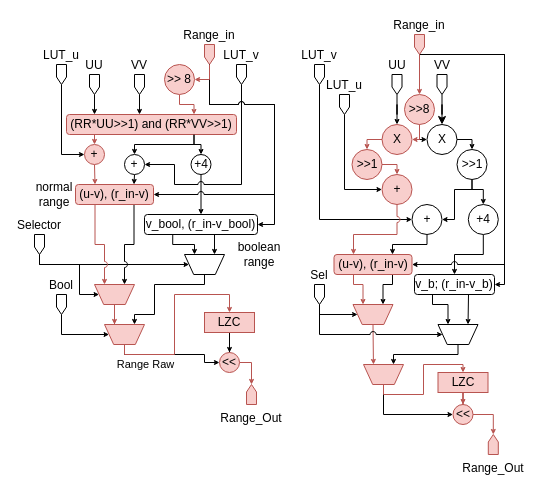
Before: page "Stage_2" (6 of 8) of Project/Architecture.drawio in tuliopereirab/arithmetic-encoder-av1, a draw.io diagram. Source tidied: cells renumbered, new cells numbered last; positions are measured from the earlier drawing's top-left corner, leaving out a move shared by most shapes. Both pictures are drawn from the tidied source at 100%, with x=0, y=0 at pixel (34, 34).
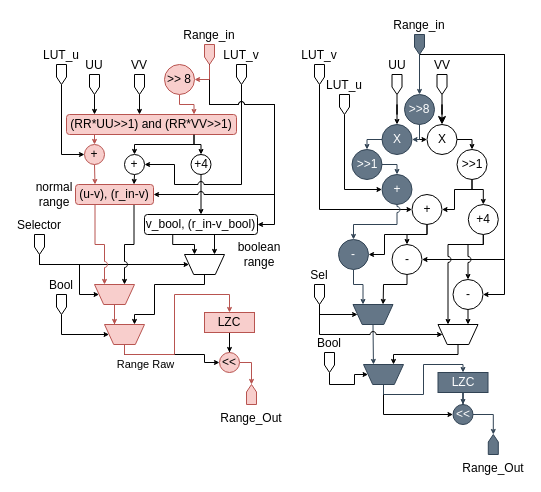
The same diagram, later.

Unchanged cells that the change refers to:
```xml
<mxCell id="70" value="&amp;gt;&amp;gt;1" style="ellipse;whiteSpace=wrap;html=1;" parent="1" vertex="1">
  <mxGeometry x="422.5" y="115" width="30" height="30" as="geometry" />
</mxCell>
<mxCell id="75" value="+4" style="ellipse;whiteSpace=wrap;html=1;" parent="1" vertex="1">
  <mxGeometry x="433.8" y="170" width="30" height="30" as="geometry" />
</mxCell>
<mxCell id="77" value="LUT_v" style="shape=offPageConnector;whiteSpace=wrap;html=1;align=center;labelPosition=center;verticalLabelPosition=top;verticalAlign=bottom;" parent="1" vertex="1">
  <mxGeometry x="280" y="30" width="10" height="20" as="geometry" />
</mxCell>
<mxCell id="91" style="verticalLabelPosition=bottom;verticalAlign=top;html=1;shape=trapezoid;perimeter=trapezoidPerimeter;whiteSpace=wrap;size=0.23;arcSize=10;flipV=1;align=center;direction=east;" parent="1" vertex="1">
  <mxGeometry x="403.5" y="290" width="40" height="20" as="geometry" />
</mxCell>
```

Change to the diagram source:
```diff
@@
-    <mxCell id="2" style="edgeStyle=orthogonalEdgeStyle;rounded=0;jumpStyle=arc;jumpSize=6;jettySize=auto;html=1;entryX=0.5;entryY=0;entryDx=0;entryDy=0;endSize=3;" parent="1" edge="1" source="75" target="87">
-      <mxGeometry relative="1" as="geometry" />
-    </mxCell>
@@
-    <mxCell id="53" style="edgeStyle=orthogonalEdgeStyle;rounded=0;jumpStyle=arc;jumpSize=6;jettySize=auto;html=1;endSize=3;fillColor=#f8cecc;strokeColor=#b85450;" parent="1" edge="1" source="56" target="63">
+    <mxCell id="53" style="edgeStyle=orthogonalEdgeStyle;rounded=0;jumpStyle=arc;jumpSize=6;jettySize=auto;html=1;endSize=3;fillColor=#647687;strokeColor=#314354;" parent="1" edge="1" source="56" target="63">
       <mxGeometry relative="1" as="geometry" />
     </mxCell>
-    <mxCell id="54" style="edgeStyle=orthogonalEdgeStyle;rounded=0;jumpStyle=arc;jumpSize=6;jettySize=auto;html=1;entryX=1;entryY=0.5;entryDx=0;entryDy=0;endSize=3;exitX=0.5;exitY=1;exitDx=0;exitDy=0;" parent="1" edge="1" source="56" target="83">
+    <mxCell id="54" style="edgeStyle=orthogonalEdgeStyle;rounded=0;jumpStyle=arc;jumpSize=6;jettySize=auto;html=1;entryX=1;entryY=0.5;entryDx=0;entryDy=0;endSize=3;exitX=0.5;exitY=1;exitDx=0;exitDy=0;" parent="1" edge="1" source="56" target="107">
       <mxGeometry relative="1" as="geometry">
         <Array as="points">
           <mxPoint x="470" y="20" />
-          <mxPoint x="470" y="230" />
+          <mxPoint x="470" y="225" />
         </Array>
       </mxGeometry>
     </mxCell>
-    <mxCell id="55" style="edgeStyle=orthogonalEdgeStyle;rounded=0;jumpStyle=arc;jumpSize=3;jettySize=auto;html=1;exitX=0.5;exitY=1;exitDx=0;exitDy=0;entryX=1;entryY=0.5;entryDx=0;entryDy=0;endSize=3;" parent="1" edge="1" source="56" target="87">
+    <mxCell id="55" style="edgeStyle=orthogonalEdgeStyle;rounded=0;jumpStyle=arc;jumpSize=3;jettySize=auto;html=1;exitX=0.5;exitY=1;exitDx=0;exitDy=0;entryX=1;entryY=0.5;entryDx=0;entryDy=0;endSize=3;" parent="1" edge="1" source="56" target="109">
       <mxGeometry relative="1" as="geometry">
         <Array as="points">
           <mxPoint x="470" y="20" />
-          <mxPoint x="470" y="250" />
+          <mxPoint x="470" y="260" />
         </Array>
       </mxGeometry>
     </mxCell>
-    <mxCell id="56" value="Range_in" style="shape=offPageConnector;whiteSpace=wrap;html=1;align=center;labelPosition=center;verticalLabelPosition=top;verticalAlign=bottom;fillColor=#f8cecc;strokeColor=#b85450;" parent="1" vertex="1">
+    <mxCell id="56" value="Range_in" style="shape=offPageConnector;whiteSpace=wrap;html=1;align=center;labelPosition=center;verticalLabelPosition=top;verticalAlign=bottom;fillColor=#647687;strokeColor=#314354;" parent="1" vertex="1">
       <mxGeometry x="380" width="10" height="20" as="geometry" />
     </mxCell>
@@
-    <mxCell id="62" style="edgeStyle=orthogonalEdgeStyle;rounded=0;jumpStyle=arc;jumpSize=6;jettySize=auto;html=1;entryX=1;entryY=0.5;entryDx=0;entryDy=0;endSize=3;fillColor=#f8cecc;strokeColor=#b85450;" parent="1" edge="1" source="63" target="65">
+    <mxCell id="62" style="edgeStyle=orthogonalEdgeStyle;rounded=0;jumpStyle=arc;jumpSize=6;jettySize=auto;html=1;entryX=1;entryY=0.5;entryDx=0;entryDy=0;endSize=3;fillColor=#647687;strokeColor=#314354;" parent="1" edge="1" source="63" target="65">
       <mxGeometry relative="1" as="geometry">
         <Array as="points">
           <mxPoint x="385" y="105" />
         </Array>
       </mxGeometry>
     </mxCell>
-    <mxCell id="63" value="&amp;gt;&amp;gt;8" style="ellipse;whiteSpace=wrap;html=1;fillColor=#f8cecc;strokeColor=#b85450;" parent="1" vertex="1">
+    <mxCell id="63" value="&amp;gt;&amp;gt;8" style="ellipse;whiteSpace=wrap;html=1;fillColor=#647687;strokeColor=#314354;fontColor=#ffffff;" parent="1" vertex="1">
       <mxGeometry x="370" y="60" width="30" height="30" as="geometry" />
     </mxCell>
-    <mxCell id="64" style="edgeStyle=orthogonalEdgeStyle;rounded=0;jettySize=auto;html=1;entryX=0.5;entryY=0;entryDx=0;entryDy=0;jumpSize=3;endSize=3;fillColor=#f8cecc;strokeColor=#b85450;" parent="1" edge="1" source="65" target="72">
+    <mxCell id="64" style="edgeStyle=orthogonalEdgeStyle;rounded=0;jettySize=auto;html=1;entryX=0.5;entryY=0;entryDx=0;entryDy=0;jumpSize=3;endSize=3;fillColor=#647687;strokeColor=#314354;" parent="1" edge="1" source="65" target="72">
       <mxGeometry relative="1" as="geometry">
         <Array as="points">
           <mxPoint x="333" y="105" />
         </Array>
       </mxGeometry>
     </mxCell>
-    <mxCell id="65" value="X" style="ellipse;whiteSpace=wrap;html=1;fillColor=#f8cecc;strokeColor=#b85450;" parent="1" vertex="1">
+    <mxCell id="65" value="X" style="ellipse;whiteSpace=wrap;html=1;fillColor=#647687;strokeColor=#314354;fontColor=#ffffff;" parent="1" vertex="1">
       <mxGeometry x="347.5" y="90" width="30" height="30" as="geometry" />
     </mxCell>
@@
     <mxCell id="69" style="edgeStyle=orthogonalEdgeStyle;rounded=0;jumpSize=3;jettySize=auto;html=1;entryX=1;entryY=0.5;entryDx=0;entryDy=0;endSize=3;" parent="1" edge="1" source="70" target="74">
       <mxGeometry relative="1" as="geometry">
         <Array as="points">
           <mxPoint x="437" y="155" />
           <mxPoint x="420" y="155" />
-          <mxPoint x="420" y="185" />
+          <mxPoint x="420" y="175" />
         </Array>
       </mxGeometry>
     </mxCell>
@@
-    <mxCell id="71" style="edgeStyle=orthogonalEdgeStyle;rounded=0;jumpSize=3;jettySize=auto;html=1;entryX=0.5;entryY=0;entryDx=0;entryDy=0;endSize=3;fillColor=#f8cecc;strokeColor=#b85450;" parent="1" edge="1" source="72" target="78">
+    <mxCell id="71" style="edgeStyle=orthogonalEdgeStyle;rounded=0;jumpSize=3;jettySize=auto;html=1;entryX=0.5;entryY=0;entryDx=0;entryDy=0;endSize=3;fillColor=#647687;strokeColor=#314354;" parent="1" edge="1" source="72" target="78">
       <mxGeometry relative="1" as="geometry">
         <Array as="points">
           <mxPoint x="363" y="130" />
         </Array>
       </mxGeometry>
     </mxCell>
-    <mxCell id="72" value="&amp;gt;&amp;gt;1" style="ellipse;whiteSpace=wrap;html=1;fillColor=#f8cecc;strokeColor=#b85450;" parent="1" vertex="1">
+    <mxCell id="72" value="&amp;gt;&amp;gt;1" style="ellipse;whiteSpace=wrap;html=1;fillColor=#647687;strokeColor=#314354;fontColor=#ffffff;" parent="1" vertex="1">
       <mxGeometry x="317.5" y="115" width="30" height="30" as="geometry" />
     </mxCell>
-    <mxCell id="73" style="edgeStyle=orthogonalEdgeStyle;rounded=0;jumpSize=3;jettySize=auto;html=1;exitX=0.5;exitY=1;exitDx=0;exitDy=0;entryX=0.75;entryY=0;entryDx=0;entryDy=0;endSize=3;" parent="1" edge="1" source="74" target="83">
+    <mxCell id="73" style="edgeStyle=orthogonalEdgeStyle;rounded=0;jumpSize=3;jettySize=auto;html=1;exitX=0.5;exitY=1;exitDx=0;exitDy=0;entryX=0.5;entryY=0;entryDx=0;entryDy=0;endSize=3;" parent="1" edge="1" source="74" target="107">
       <mxGeometry relative="1" as="geometry">
         <Array as="points">
-          <mxPoint x="393" y="210" />
-          <mxPoint x="358" y="210" />
+          <mxPoint x="393" y="200" />
+          <mxPoint x="373" y="200" />
         </Array>
       </mxGeometry>
     </mxCell>
+    <mxCell id="103" style="edgeStyle=orthogonalEdgeStyle;rounded=0;jettySize=auto;html=1;exitX=0.5;exitY=1;exitDx=0;exitDy=0;entryX=1;entryY=0.5;entryDx=0;entryDy=0;endSize=3;" parent="1" edge="1" source="74" target="106">
+      <mxGeometry relative="1" as="geometry">
+        <Array as="points">
+          <mxPoint x="393" y="200" />
+          <mxPoint x="350" y="200" />
+          <mxPoint x="350" y="220" />
+        </Array>
+      </mxGeometry>
+    </mxCell>
     <mxCell id="74" value="+" style="ellipse;whiteSpace=wrap;html=1;" parent="1" vertex="1">
-      <mxGeometry x="377.5" y="170" width="30" height="30" as="geometry" />
+      <mxGeometry x="377.5" y="160" width="30" height="30" as="geometry" />
     </mxCell>
+    <mxCell id="104" style="edgeStyle=orthogonalEdgeStyle;rounded=0;jettySize=auto;html=1;entryX=0.25;entryY=0;entryDx=0;entryDy=0;endSize=3;jumpStyle=arc;" parent="1" edge="1" source="75" target="91">
+      <mxGeometry relative="1" as="geometry">
+        <Array as="points">
+          <mxPoint x="449" y="210" />
+          <mxPoint x="413" y="210" />
+        </Array>
+      </mxGeometry>
+    </mxCell>
+    <mxCell id="105" style="edgeStyle=orthogonalEdgeStyle;rounded=0;jettySize=auto;html=1;exitX=0.5;exitY=1;exitDx=0;exitDy=0;entryX=0.5;entryY=0;entryDx=0;entryDy=0;endSize=3;jumpStyle=arc;" parent="1" edge="1" source="75" target="109">
+      <mxGeometry relative="1" as="geometry">
+        <Array as="points">
+          <mxPoint x="449" y="210" />
+          <mxPoint x="433" y="210" />
+        </Array>
+      </mxGeometry>
+    </mxCell>
@@
     <mxCell id="76" style="edgeStyle=orthogonalEdgeStyle;rounded=0;jumpSize=3;jettySize=auto;html=1;entryX=0;entryY=0.5;entryDx=0;entryDy=0;endSize=3;jumpStyle=arc;" parent="1" edge="1" source="77" target="74">
       <mxGeometry relative="1" as="geometry">
         <Array as="points">
-          <mxPoint x="285" y="185" />
+          <mxPoint x="285" y="175" />
         </Array>
       </mxGeometry>
     </mxCell>
@@
-    <mxCell id="78" value="+" style="ellipse;whiteSpace=wrap;html=1;fillColor=#f8cecc;strokeColor=#b85450;" parent="1" vertex="1">
+    <mxCell id="78" value="+" style="ellipse;whiteSpace=wrap;html=1;fillColor=#647687;strokeColor=#314354;fontColor=#ffffff;" parent="1" vertex="1">
       <mxGeometry x="347.5" y="140" width="30" height="30" as="geometry" />
     </mxCell>
@@
-    <mxCell id="81" style="edgeStyle=orthogonalEdgeStyle;rounded=0;jumpStyle=arc;jumpSize=3;jettySize=auto;html=1;exitX=0.75;exitY=1;exitDx=0;exitDy=0;entryX=0.75;entryY=0;entryDx=0;entryDy=0;endSize=3;" parent="1" edge="1" source="83" target="89">
+    <mxCell id="81" style="edgeStyle=orthogonalEdgeStyle;rounded=0;jumpStyle=arc;jumpSize=3;jettySize=auto;html=1;exitX=0.5;exitY=1;exitDx=0;exitDy=0;entryX=0.75;entryY=0;entryDx=0;entryDy=0;endSize=3;" parent="1" edge="1" source="107" target="89">
       <mxGeometry relative="1" as="geometry">
         <Array as="points">
-          <mxPoint x="358" y="250" />
+          <mxPoint x="373" y="250" />
           <mxPoint x="349" y="250" />
+          <mxPoint x="349" y="260" />
+          <mxPoint x="349" y="260" />
         </Array>
       </mxGeometry>
     </mxCell>
-    <mxCell id="82" style="edgeStyle=orthogonalEdgeStyle;rounded=0;jumpStyle=arc;jumpSize=3;jettySize=auto;html=1;exitX=0.25;exitY=1;exitDx=0;exitDy=0;entryX=0.25;entryY=0;entryDx=0;entryDy=0;endSize=3;fillColor=#f8cecc;strokeColor=#b85450;" parent="1" edge="1" source="83" target="89">
+    <mxCell id="82" style="edgeStyle=orthogonalEdgeStyle;rounded=0;jumpStyle=arc;jumpSize=3;jettySize=auto;html=1;exitX=0.5;exitY=1;exitDx=0;exitDy=0;entryX=0.25;entryY=0;entryDx=0;entryDy=0;endSize=3;fillColor=#647687;strokeColor=#314354;" parent="1" edge="1" source="106" target="89">
       <mxGeometry relative="1" as="geometry">
         <Array as="points">
+          <mxPoint x="319" y="235" />
           <mxPoint x="319" y="250" />
           <mxPoint x="329" y="250" />
         </Array>
       </mxGeometry>
     </mxCell>
-    <mxCell id="83" value="(u-v), (r_in-v)" style="rounded=1;whiteSpace=wrap;html=1;fillColor=#f8cecc;strokeColor=#b85450;" parent="1" vertex="1">
-      <mxGeometry x="299.5" y="220" width="78" height="20" as="geometry" />
-    </mxCell>
-    <mxCell id="84" style="edgeStyle=orthogonalEdgeStyle;rounded=0;jumpSize=6;jettySize=auto;html=1;entryX=0.25;entryY=0;entryDx=0;entryDy=0;endSize=3;jumpStyle=arc;fillColor=#f8cecc;strokeColor=#b85450;" parent="1" edge="1" source="78" target="83">
+    <mxCell id="84" style="edgeStyle=orthogonalEdgeStyle;rounded=0;jumpSize=6;jettySize=auto;html=1;endSize=3;jumpStyle=arc;fillColor=#647687;strokeColor=#314354;entryX=0.5;entryY=0;entryDx=0;entryDy=0;" parent="1" edge="1" source="78" target="106">
       <mxGeometry relative="1" as="geometry">
         <Array as="points">
-          <mxPoint x="363" y="200" />
-          <mxPoint x="319" y="200" />
+          <mxPoint x="363" y="190" />
+          <mxPoint x="319" y="190" />
         </Array>
       </mxGeometry>
     </mxCell>
-    <mxCell id="85" style="edgeStyle=orthogonalEdgeStyle;rounded=0;jumpStyle=arc;jumpSize=6;jettySize=auto;html=1;exitX=0.25;exitY=1;exitDx=0;exitDy=0;entryX=0.25;entryY=0;entryDx=0;entryDy=0;endSize=3;" parent="1" edge="1" source="87" target="91">
-      <mxGeometry relative="1" as="geometry">
-        <Array as="points">
-          <mxPoint x="398" y="270" />
-          <mxPoint x="413" y="270" />
-        </Array>
-      </mxGeometry>
-    </mxCell>
-    <mxCell id="86" style="edgeStyle=orthogonalEdgeStyle;rounded=0;jumpStyle=arc;jumpSize=6;jettySize=auto;html=1;exitX=0.75;exitY=1;exitDx=0;exitDy=0;entryX=0.75;entryY=0;entryDx=0;entryDy=0;endSize=3;" parent="1" edge="1" source="87" target="91">
-      <mxGeometry relative="1" as="geometry">
-        <Array as="points">
-          <mxPoint x="434" y="270" />
-          <mxPoint x="433" y="270" />
-        </Array>
-      </mxGeometry>
-    </mxCell>
-    <mxCell id="87" value="v_b; (r_in-v_b)" style="rounded=1;whiteSpace=wrap;html=1;" parent="1" vertex="1">
-      <mxGeometry x="380" y="240" width="80" height="20" as="geometry" />
-    </mxCell>
-    <mxCell id="88" style="edgeStyle=orthogonalEdgeStyle;rounded=0;jumpStyle=arc;jumpSize=6;jettySize=auto;html=1;entryX=0.25;entryY=0;entryDx=0;entryDy=0;endSize=3;fillColor=#f8cecc;strokeColor=#b85450;" parent="1" edge="1" source="89" target="96">
+    <mxCell id="88" style="edgeStyle=orthogonalEdgeStyle;rounded=0;jumpStyle=arc;jumpSize=6;jettySize=auto;html=1;entryX=0.25;entryY=0;entryDx=0;entryDy=0;endSize=3;fillColor=#647687;strokeColor=#314354;" parent="1" edge="1" source="89" target="96">
       <mxGeometry relative="1" as="geometry" />
     </mxCell>
-    <mxCell id="89" style="verticalLabelPosition=bottom;verticalAlign=top;html=1;shape=trapezoid;perimeter=trapezoidPerimeter;whiteSpace=wrap;size=0.23;arcSize=10;flipV=1;align=center;direction=east;fillColor=#f8cecc;strokeColor=#b85450;" parent="1" vertex="1">
+    <mxCell id="89" style="verticalLabelPosition=bottom;verticalAlign=top;html=1;shape=trapezoid;perimeter=trapezoidPerimeter;whiteSpace=wrap;size=0.23;arcSize=10;flipV=1;align=center;direction=east;fillColor=#647687;strokeColor=#314354;fontColor=#ffffff;" parent="1" vertex="1">
       <mxGeometry x="318.5" y="270" width="40" height="20" as="geometry" />
     </mxCell>
@@
-    <mxCell id="96" style="verticalLabelPosition=bottom;verticalAlign=top;html=1;shape=trapezoid;perimeter=trapezoidPerimeter;whiteSpace=wrap;size=0.23;arcSize=10;flipV=1;align=center;direction=east;fillColor=#f8cecc;strokeColor=#b85450;" parent="1" vertex="1">
+    <mxCell id="96" style="verticalLabelPosition=bottom;verticalAlign=top;html=1;shape=trapezoid;perimeter=trapezoidPerimeter;whiteSpace=wrap;size=0.23;arcSize=10;flipV=1;align=center;direction=east;fillColor=#647687;strokeColor=#314354;fontColor=#ffffff;" parent="1" vertex="1">
       <mxGeometry x="329" y="330" width="40" height="20" as="geometry" />
     </mxCell>
-    <mxCell id="97" style="edgeStyle=orthogonalEdgeStyle;rounded=0;jumpStyle=arc;jumpSize=6;jettySize=auto;html=1;entryX=0.5;entryY=0;entryDx=0;entryDy=0;endSize=3;fillColor=#f8cecc;strokeColor=#b85450;" parent="1" edge="1" source="98" target="100">
+    <mxCell id="97" style="edgeStyle=orthogonalEdgeStyle;rounded=0;jumpStyle=arc;jumpSize=6;jettySize=auto;html=1;entryX=0.5;entryY=0;entryDx=0;entryDy=0;endSize=3;fillColor=#647687;strokeColor=#314354;" parent="1" edge="1" source="98" target="100">
       <mxGeometry relative="1" as="geometry" />
     </mxCell>
-    <mxCell id="98" value="LZC" style="rounded=0;whiteSpace=wrap;html=1;fillColor=#f8cecc;strokeColor=#b85450;" parent="1" vertex="1">
+    <mxCell id="98" value="LZC" style="rounded=0;whiteSpace=wrap;html=1;fillColor=#647687;strokeColor=#314354;fontColor=#ffffff;" parent="1" vertex="1">
       <mxGeometry x="403.5" y="338" width="50" height="20" as="geometry" />
     </mxCell>
-    <mxCell id="99" style="edgeStyle=orthogonalEdgeStyle;rounded=0;jumpStyle=arc;jumpSize=6;jettySize=auto;html=1;entryX=0.5;entryY=1;entryDx=0;entryDy=0;endSize=3;fillColor=#f8cecc;strokeColor=#b85450;" parent="1" edge="1" source="100" target="101">
+    <mxCell id="99" style="edgeStyle=orthogonalEdgeStyle;rounded=0;jumpStyle=arc;jumpSize=6;jettySize=auto;html=1;entryX=0.5;entryY=1;entryDx=0;entryDy=0;endSize=3;fillColor=#647687;strokeColor=#314354;" parent="1" edge="1" source="100" target="101">
       <mxGeometry relative="1" as="geometry">
         <Array as="points">
           <mxPoint x="459" y="380" />
         </Array>
       </mxGeometry>
     </mxCell>
-    <mxCell id="100" value="&amp;lt;&amp;lt;" style="ellipse;whiteSpace=wrap;html=1;fillColor=#f8cecc;strokeColor=#b85450;" parent="1" vertex="1">
+    <mxCell id="100" value="&amp;lt;&amp;lt;" style="ellipse;whiteSpace=wrap;html=1;fillColor=#647687;strokeColor=#314354;fontColor=#ffffff;" parent="1" vertex="1">
       <mxGeometry x="418.5" y="370" width="20" height="20" as="geometry" />
     </mxCell>
-    <mxCell id="101" value="Range_Out" style="shape=offPageConnector;whiteSpace=wrap;html=1;align=center;labelPosition=center;verticalLabelPosition=bottom;verticalAlign=top;direction=west;fillColor=#f8cecc;strokeColor=#b85450;" parent="1" vertex="1">
+    <mxCell id="101" value="Range_Out" style="shape=offPageConnector;whiteSpace=wrap;html=1;align=center;labelPosition=center;verticalLabelPosition=bottom;verticalAlign=top;direction=west;fillColor=#647687;strokeColor=#314354;" parent="1" vertex="1">
       <mxGeometry x="453.8" y="400" width="10" height="20" as="geometry" />
     </mxCell>
-    <mxCell id="102" style="edgeStyle=orthogonalEdgeStyle;rounded=0;jumpStyle=arc;jumpSize=6;jettySize=auto;html=1;entryX=0.5;entryY=0;entryDx=0;entryDy=0;endSize=3;fillColor=#f8cecc;strokeColor=#b85450;" parent="1" edge="1" source="96" target="98">
+    <mxCell id="102" style="edgeStyle=orthogonalEdgeStyle;rounded=0;jumpStyle=arc;jumpSize=6;jettySize=auto;html=1;entryX=0.5;entryY=0;entryDx=0;entryDy=0;endSize=3;fillColor=#647687;strokeColor=#314354;" parent="1" edge="1" source="96" target="98">
       <mxGeometry relative="1" as="geometry">
         <Array as="points">
           <mxPoint x="349" y="360" />
           <mxPoint x="389" y="360" />
           <mxPoint x="389" y="330" />
           <mxPoint x="429" y="330" />
         </Array>
       </mxGeometry>
     </mxCell>
+    <mxCell id="106" value="-" style="ellipse;whiteSpace=wrap;html=1;fillColor=#647687;strokeColor=#314354;fontColor=#ffffff;" parent="1" vertex="1">
+      <mxGeometry x="304" y="205" width="30" height="30" as="geometry" />
+    </mxCell>
+    <mxCell id="107" value="-" style="ellipse;whiteSpace=wrap;html=1;" parent="1" vertex="1">
+      <mxGeometry x="357.5" y="210" width="30" height="30" as="geometry" />
+    </mxCell>
+    <mxCell id="108" style="edgeStyle=orthogonalEdgeStyle;rounded=0;jettySize=auto;html=1;entryX=0.75;entryY=0;entryDx=0;entryDy=0;endSize=3;" parent="1" edge="1" source="109" target="91">
+      <mxGeometry relative="1" as="geometry">
+        <Array as="points">
+          <mxPoint x="434" y="275" />
+          <mxPoint x="434" y="275" />
+        </Array>
+      </mxGeometry>
+    </mxCell>
+    <mxCell id="109" value="-" style="ellipse;whiteSpace=wrap;html=1;" parent="1" vertex="1">
+      <mxGeometry x="418.5" y="245" width="30" height="30" as="geometry" />
+    </mxCell>
+    <mxCell id="110" style="edgeStyle=orthogonalEdgeStyle;rounded=0;jumpStyle=arc;jettySize=auto;html=1;exitX=0.5;exitY=1;exitDx=0;exitDy=0;endSize=3;fontColor=#000000;entryX=0;entryY=0.5;entryDx=0;entryDy=0;" parent="1" edge="1" source="111" target="96">
+      <mxGeometry relative="1" as="geometry">
+        <Array as="points">
+          <mxPoint x="295" y="350" />
+          <mxPoint x="320" y="350" />
+          <mxPoint x="320" y="340" />
+        </Array>
+      </mxGeometry>
+    </mxCell>
+    <mxCell id="111" value="Bool" style="shape=offPageConnector;whiteSpace=wrap;html=1;align=center;labelPosition=center;verticalLabelPosition=top;verticalAlign=bottom;" parent="1" vertex="1">
+      <mxGeometry x="290" y="318" width="10" height="20" as="geometry" />
+    </mxCell>
```
